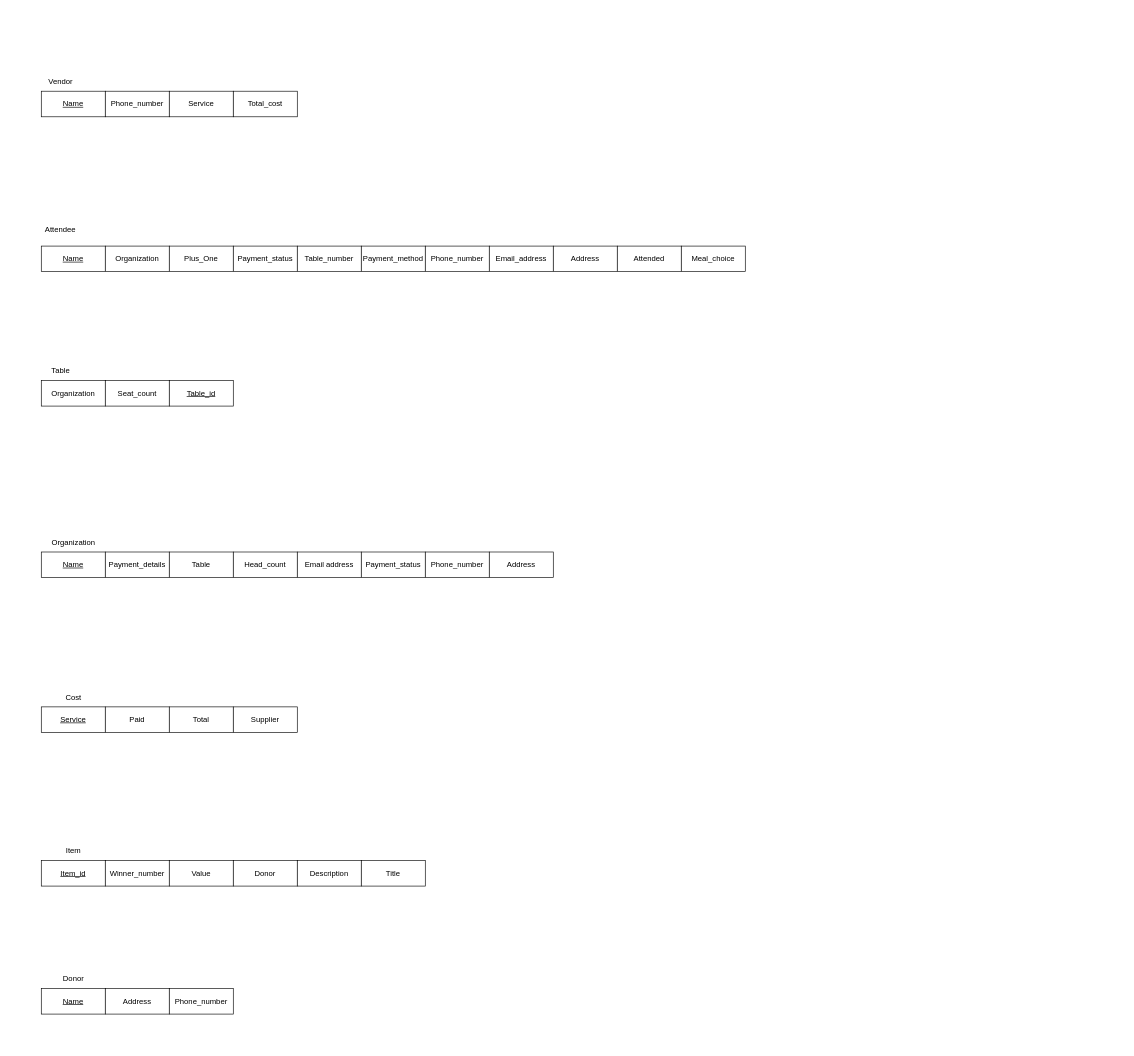
The draw.io diagram RelationalModel.drawio in MigLyons/Draw.io, before the edit. Source tidied: cells renumbered, new cells numbered last; positions are measured from the earlier drawing's top-left corner, leaving out a move shared by most shapes. Both pictures are drawn from the tidied source at 64%, with x=0, y=0 at pixel (41, 72).
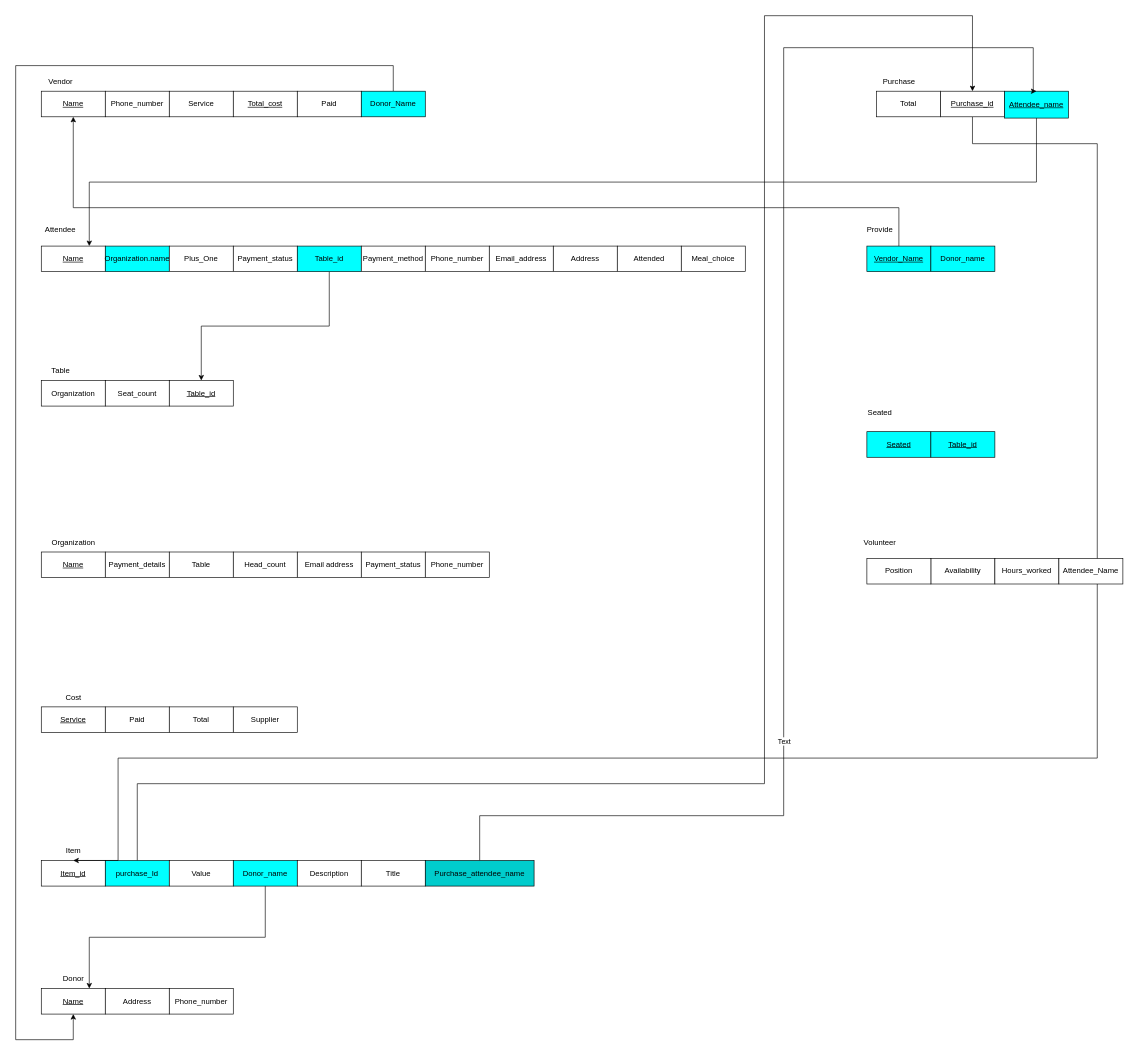
Above is the later version.

Unchanged cells that the change refers to:
```xml
<mxCell id="2" value="&lt;u&gt;Name&lt;/u&gt;" style="rounded=0;whiteSpace=wrap;html=1;" parent="1" vertex="1">
  <mxGeometry y="272" width="100" height="40" as="geometry" />
</mxCell>
<mxCell id="17" value="&lt;u&gt;Table_id&lt;/u&gt;" style="rounded=0;whiteSpace=wrap;html=1;" parent="1" vertex="1">
  <mxGeometry x="200" y="482" width="100" height="40" as="geometry" />
</mxCell>
<mxCell id="33" value="&lt;u&gt;Name&lt;/u&gt;" style="rounded=0;whiteSpace=wrap;html=1;" parent="1" vertex="1">
  <mxGeometry y="30" width="100" height="40" as="geometry" />
</mxCell>
<mxCell id="38" value="&lt;u&gt;Item_id&lt;/u&gt;" style="rounded=0;whiteSpace=wrap;html=1;" parent="1" vertex="1">
  <mxGeometry y="1232" width="100" height="40" as="geometry" />
</mxCell>
<mxCell id="45" value="&lt;u&gt;Name&lt;/u&gt;" style="rounded=0;whiteSpace=wrap;html=1;" parent="1" vertex="1">
  <mxGeometry y="1432" width="100" height="40" as="geometry" />
</mxCell>
```

The edit, as a diff of the source:
```diff
@@
-    <mxCell id="4" value="Organization" style="rounded=0;whiteSpace=wrap;html=1;" parent="1" vertex="1">
+    <mxCell id="4" value="Organization.name" style="rounded=0;whiteSpace=wrap;html=1;fillColor=#00FFFF;" parent="1" vertex="1">
       <mxGeometry x="100" y="272" width="100" height="40" as="geometry" />
     </mxCell>
@@
+    <mxCell id="48" style="edgeStyle=orthogonalEdgeStyle;rounded=0;jettySize=auto;html=1;exitX=0.5;exitY=1;exitDx=0;exitDy=0;entryX=0.5;entryY=0;entryDx=0;entryDy=0;" parent="1" edge="1" source="7" target="17">
+      <mxGeometry relative="1" as="geometry" />
+    </mxCell>
-    <mxCell id="7" value="Table_number" style="rounded=0;whiteSpace=wrap;html=1;" parent="1" vertex="1">
+    <mxCell id="7" value="Table_id" style="rounded=0;whiteSpace=wrap;html=1;fillColor=#00FFFF;" parent="1" vertex="1">
       <mxGeometry x="400" y="272" width="100" height="40" as="geometry" />
     </mxCell>
@@
-    <mxCell id="26" value="Address" style="rounded=0;whiteSpace=wrap;html=1;" parent="1" vertex="1">
-      <mxGeometry x="700" y="750" width="100" height="40" as="geometry" />
+    <mxCell id="26" value="Availability" style="rounded=0;whiteSpace=wrap;html=1;" parent="1" vertex="1">
+      <mxGeometry x="1390" y="760" width="100" height="40" as="geometry" />
     </mxCell>
@@
-    <mxCell id="36" value="Total_cost" style="rounded=0;whiteSpace=wrap;html=1;" parent="1" vertex="1">
+    <mxCell id="36" value="&lt;u&gt;Total_cost&lt;/u&gt;" style="rounded=0;whiteSpace=wrap;html=1;" parent="1" vertex="1">
       <mxGeometry x="300" y="30" width="100" height="40" as="geometry" />
     </mxCell>
@@
+    <mxCell id="49" style="edgeStyle=orthogonalEdgeStyle;rounded=0;jettySize=auto;html=1;exitX=0.5;exitY=0;exitDx=0;exitDy=0;entryX=0.5;entryY=0;entryDx=0;entryDy=0;" parent="1" edge="1" source="39" target="53">
+      <mxGeometry relative="1" as="geometry">
+        <Array as="points">
+          <mxPoint x="150" y="1112" />
+          <mxPoint x="1130" y="1112" />
+          <mxPoint x="1130" y="-88" />
+          <mxPoint x="1455" y="-88" />
+        </Array>
+      </mxGeometry>
+    </mxCell>
-    <mxCell id="39" value="Winner_number" style="rounded=0;whiteSpace=wrap;html=1;" parent="1" vertex="1">
+    <mxCell id="39" value="purchase_Id" style="rounded=0;whiteSpace=wrap;html=1;fillColor=#00FFFF;" parent="1" vertex="1">
       <mxGeometry x="100" y="1232" width="100" height="40" as="geometry" />
     </mxCell>
@@
+    <mxCell id="50" style="edgeStyle=orthogonalEdgeStyle;rounded=0;jettySize=auto;html=1;exitX=0.5;exitY=1;exitDx=0;exitDy=0;entryX=0.75;entryY=0;entryDx=0;entryDy=0;" parent="1" edge="1" source="41" target="45">
+      <mxGeometry relative="1" as="geometry" />
+    </mxCell>
-    <mxCell id="41" value="Donor" style="rounded=0;whiteSpace=wrap;html=1;" parent="1" vertex="1">
+    <mxCell id="41" value="Donor_name" style="rounded=0;whiteSpace=wrap;html=1;fillColor=#00FFFF;" parent="1" vertex="1">
       <mxGeometry x="300" y="1232" width="100" height="40" as="geometry" />
     </mxCell>
@@
+    <mxCell id="51" value="&lt;div&gt;Purchase&lt;/div&gt;" style="text;html=1;align=center;verticalAlign=middle;strokeColor=none;fillColor=none;" parent="1" vertex="1">
+      <mxGeometry x="1305" width="70" height="30" as="geometry" />
+    </mxCell>
+    <mxCell id="52" style="edgeStyle=orthogonalEdgeStyle;rounded=0;jettySize=auto;html=1;exitX=0.5;exitY=1;exitDx=0;exitDy=0;entryX=0.5;entryY=0;entryDx=0;entryDy=0;" parent="1" edge="1" source="53" target="38">
+      <mxGeometry relative="1" as="geometry">
+        <Array as="points">
+          <mxPoint x="1455" y="112" />
+          <mxPoint x="1650" y="112" />
+          <mxPoint x="1650" y="1072" />
+          <mxPoint x="120" y="1072" />
+          <mxPoint x="120" y="1232" />
+        </Array>
+      </mxGeometry>
+    </mxCell>
+    <mxCell id="53" value="&lt;u&gt;Purchase_id&lt;/u&gt;" style="rounded=0;whiteSpace=wrap;html=1;" parent="1" vertex="1">
+      <mxGeometry x="1405" y="30" width="100" height="40" as="geometry" />
+    </mxCell>
+    <mxCell id="54" value="Total" style="rounded=0;whiteSpace=wrap;html=1;" parent="1" vertex="1">
+      <mxGeometry x="1305" y="30" width="100" height="40" as="geometry" />
+    </mxCell>
+    <mxCell id="55" style="edgeStyle=orthogonalEdgeStyle;rounded=0;jettySize=auto;html=1;exitX=0.5;exitY=1;exitDx=0;exitDy=0;entryX=0.75;entryY=0;entryDx=0;entryDy=0;" parent="1" edge="1" source="56" target="2">
+      <mxGeometry relative="1" as="geometry" />
+    </mxCell>
+    <mxCell id="56" value="&lt;u&gt;Attendee_name&lt;/u&gt;" style="rounded=0;whiteSpace=wrap;html=1;fillColor=#00FFFF;" parent="1" vertex="1">
+      <mxGeometry x="1505" y="30" width="100" height="42" as="geometry" />
+    </mxCell>
+    <mxCell id="57" style="edgeStyle=orthogonalEdgeStyle;rounded=0;jettySize=auto;html=1;exitX=0.5;exitY=0;exitDx=0;exitDy=0;fillColor=#99FF99;entryX=0.5;entryY=0;entryDx=0;entryDy=0;" parent="1" edge="1" source="59" target="56">
+      <mxGeometry relative="1" as="geometry">
+        <Array as="points">
+          <mxPoint x="685" y="1162" />
+          <mxPoint x="1160" y="1162" />
+          <mxPoint x="1160" y="-38" />
+          <mxPoint x="1550" y="-38" />
+          <mxPoint x="1550" y="30" />
+        </Array>
+      </mxGeometry>
+    </mxCell>
+    <mxCell id="58" value="Text" style="edgeLabel;html=1;align=center;verticalAlign=middle;" parent="57" vertex="1">
+      <mxGeometry x="-0.4" relative="1" as="geometry" />
+    </mxCell>
+    <mxCell id="59" value="Purchase_attendee_name" style="rounded=0;whiteSpace=wrap;html=1;fillColor=#00CCCC;" parent="1" vertex="1">
+      <mxGeometry x="600" y="1232" width="170" height="40" as="geometry" />
+    </mxCell>
+    <mxCell id="60" value="Paid" style="rounded=0;whiteSpace=wrap;html=1;" parent="1" vertex="1">
+      <mxGeometry x="400" y="30" width="100" height="40" as="geometry" />
+    </mxCell>
+    <mxCell id="61" value="Provide" style="text;html=1;align=center;verticalAlign=middle;strokeColor=none;fillColor=none;" parent="1" vertex="1">
+      <mxGeometry x="1280" y="232" width="60" height="30" as="geometry" />
+    </mxCell>
+    <mxCell id="62" style="edgeStyle=orthogonalEdgeStyle;rounded=0;jettySize=auto;html=1;exitX=0.5;exitY=0;exitDx=0;exitDy=0;entryX=0.5;entryY=1;entryDx=0;entryDy=0;" parent="1" edge="1" source="63" target="33">
+      <mxGeometry relative="1" as="geometry">
+        <Array as="points">
+          <mxPoint x="1340" y="212" />
+          <mxPoint x="50" y="212" />
+        </Array>
+      </mxGeometry>
+    </mxCell>
+    <mxCell id="63" value="&lt;u&gt;Vendor_Name&lt;/u&gt;" style="rounded=0;whiteSpace=wrap;html=1;fillColor=#00FFFF;" parent="1" vertex="1">
+      <mxGeometry x="1290" y="272" width="100" height="40" as="geometry" />
+    </mxCell>
+    <mxCell id="64" value="Donor_name" style="rounded=0;whiteSpace=wrap;html=1;fillColor=#00FFFF;" parent="1" vertex="1">
+      <mxGeometry x="1390" y="272" width="100" height="40" as="geometry" />
+    </mxCell>
+    <mxCell id="65" style="edgeStyle=orthogonalEdgeStyle;rounded=0;jettySize=auto;html=1;exitX=0.5;exitY=0;exitDx=0;exitDy=0;entryX=0.5;entryY=1;entryDx=0;entryDy=0;" parent="1" edge="1" source="66" target="45">
+      <mxGeometry relative="1" as="geometry">
+        <Array as="points">
+          <mxPoint x="550" y="-10" />
+          <mxPoint x="-40" y="-10" />
+          <mxPoint x="-40" y="1512" />
+          <mxPoint x="50" y="1512" />
+        </Array>
+      </mxGeometry>
+    </mxCell>
+    <mxCell id="66" value="Donor_Name" style="rounded=0;whiteSpace=wrap;html=1;fillColor=#00FFFF;" parent="1" vertex="1">
+      <mxGeometry x="500" y="30" width="100" height="40" as="geometry" />
+    </mxCell>
+    <mxCell id="67" value="Seated" style="text;html=1;align=center;verticalAlign=middle;strokeColor=none;fillColor=none;" parent="1" vertex="1">
+      <mxGeometry x="1280" y="517" width="60" height="30" as="geometry" />
+    </mxCell>
+    <mxCell id="68" value="&lt;u&gt;Seated&lt;/u&gt;" style="rounded=0;whiteSpace=wrap;html=1;fillColor=#00FFFF;" parent="1" vertex="1">
+      <mxGeometry x="1290" y="562" width="100" height="40" as="geometry" />
+    </mxCell>
+    <mxCell id="69" value="&lt;u&gt;Table_id&lt;/u&gt;" style="rounded=0;whiteSpace=wrap;html=1;fillColor=#00FFFF;" parent="1" vertex="1">
+      <mxGeometry x="1390" y="562" width="100" height="40" as="geometry" />
+    </mxCell>
+    <mxCell id="70" value="&lt;div&gt;Volunteer&lt;/div&gt;" style="text;html=1;align=center;verticalAlign=middle;strokeColor=none;fillColor=none;" parent="1" vertex="1">
+      <mxGeometry x="1275" y="720" width="70" height="30" as="geometry" />
+    </mxCell>
+    <mxCell id="71" value="Position" style="rounded=0;whiteSpace=wrap;html=1;" parent="1" vertex="1">
+      <mxGeometry x="1290" y="760" width="100" height="40" as="geometry" />
+    </mxCell>
+    <mxCell id="72" value="Hours_worked" style="rounded=0;whiteSpace=wrap;html=1;" parent="1" vertex="1">
+      <mxGeometry x="1490" y="760" width="100" height="40" as="geometry" />
+    </mxCell>
+    <mxCell id="73" value="Attendee_Name" style="rounded=0;whiteSpace=wrap;html=1;" parent="1" vertex="1">
+      <mxGeometry x="1590" y="760" width="100" height="40" as="geometry" />
+    </mxCell>
```
